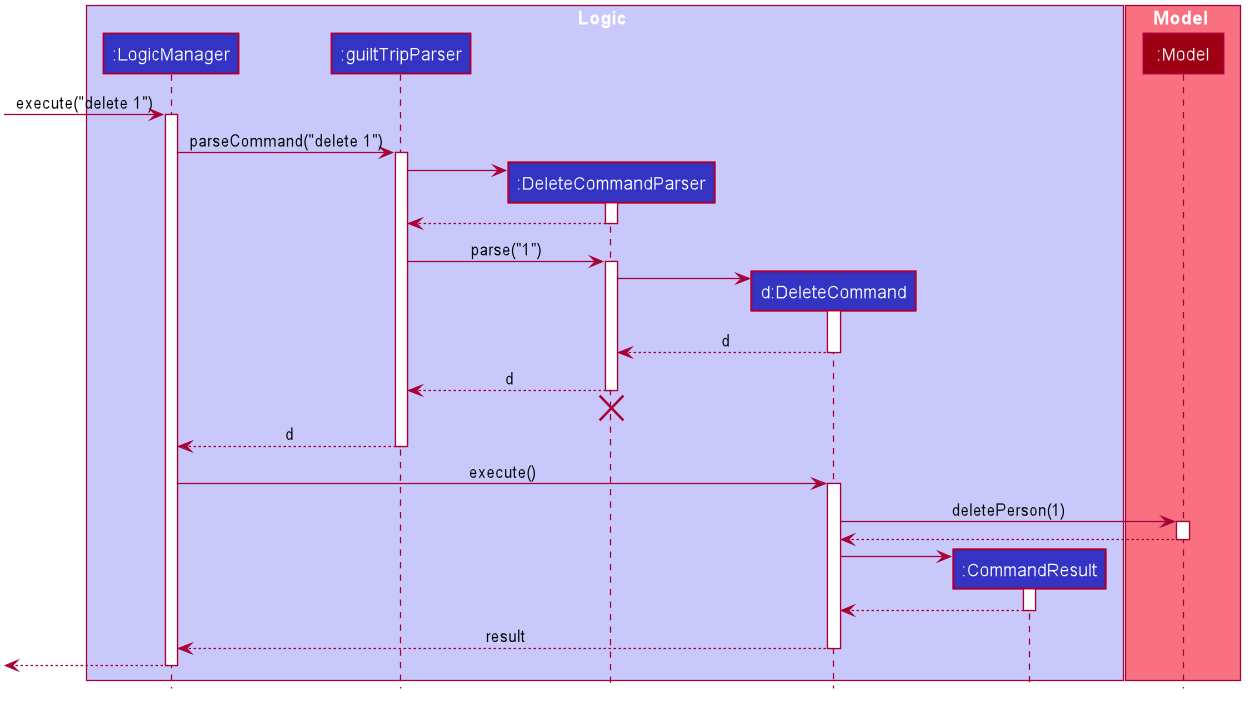
Before: docs/images/DeleteSequenceDiagram.png, a diagram exported from PlantUML (nus-cs2103-AY1920S1/addressbook-level3).
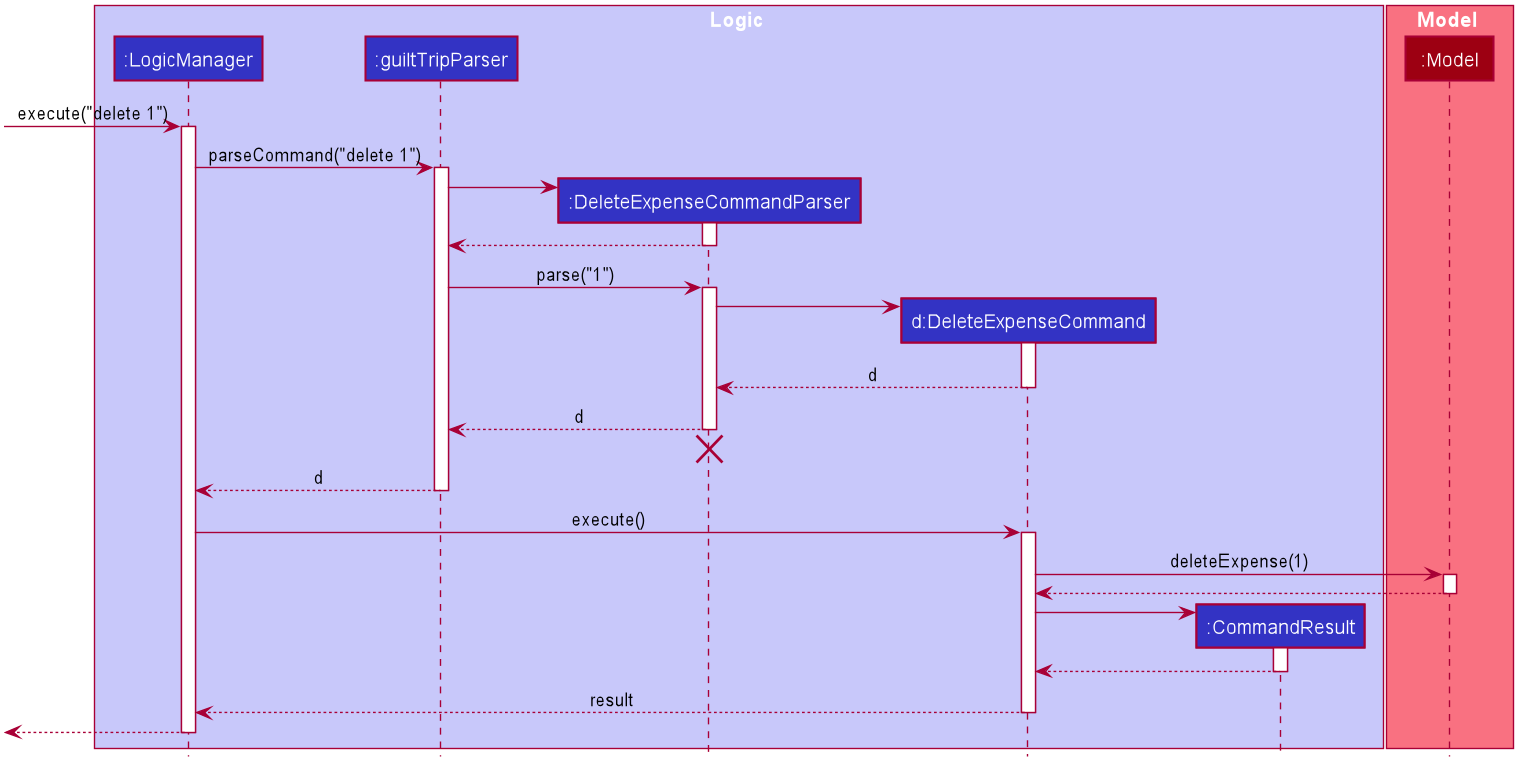
Above is the later version.

Commit message:
Updating User Guide Again

The edit, as a diff of the source:
```diff
@@ -1,4 +1,5 @@
 @startuml
+
 
 
 
@@ -52,8 +53,8 @@
 box Logic #C8C8FA
 participant ":LogicManager" as LogicManager #3333C4
 participant ":guiltTripParser" as guiltTripParser #3333C4
-participant ":DeleteCommandParser" as DeleteCommandParser #3333C4
-participant "d:DeleteCommand" as DeleteCommand #3333C4
+participant ":DeleteExpenseCommandParser" as DeleteExpenseCommandParser #3333C4
+participant "d:DeleteExpenseCommand" as DeleteExpenseCommand #3333C4
 participant ":CommandResult" as CommandResult #3333C4
 end box
 
@@ -67,49 +68,49 @@
 LogicManager -> guiltTripParser : parseCommand("delete 1")
 activate guiltTripParser
 
-create DeleteCommandParser
-guiltTripParser -> DeleteCommandParser
-activate DeleteCommandParser
+create DeleteExpenseCommandParser
+guiltTripParser -> DeleteExpenseCommandParser
+activate DeleteExpenseCommandParser
 
-DeleteCommandParser --> guiltTripParser
-deactivate DeleteCommandParser
+DeleteExpenseCommandParser --> guiltTripParser
+deactivate DeleteExpenseCommandParser
 
-guiltTripParser -> DeleteCommandParser : parse("1")
-activate DeleteCommandParser
+guiltTripParser -> DeleteExpenseCommandParser : parse("1")
+activate DeleteExpenseCommandParser
 
-create DeleteCommand
-DeleteCommandParser -> DeleteCommand
-activate DeleteCommand
+create DeleteExpenseCommand
+DeleteExpenseCommandParser -> DeleteExpenseCommand
+activate DeleteExpenseCommand
 
-DeleteCommand --> DeleteCommandParser : d
-deactivate DeleteCommand
+DeleteExpenseCommand --> DeleteExpenseCommandParser : d
+deactivate DeleteExpenseCommand
 
-DeleteCommandParser --> guiltTripParser : d
-deactivate DeleteCommandParser
-DeleteCommandParser -[hidden]-> guiltTripParser
-destroy DeleteCommandParser
+DeleteExpenseCommandParser --> guiltTripParser : d
+deactivate DeleteExpenseCommandParser
+DeleteExpenseCommandParser -[hidden]-> guiltTripParser
+destroy DeleteExpenseCommandParser
 
 guiltTripParser --> LogicManager : d
 deactivate guiltTripParser
 
-LogicManager -> DeleteCommand : execute()
-activate DeleteCommand
+LogicManager -> DeleteExpenseCommand : execute()
+activate DeleteExpenseCommand
 
-DeleteCommand -> Model : deletePerson(1)
+DeleteExpenseCommand -> Model : deleteExpense(1)
 activate Model
 
-Model --> DeleteCommand
+Model --> DeleteExpenseCommand
 deactivate Model
 
 create CommandResult
-DeleteCommand -> CommandResult
+DeleteExpenseCommand -> CommandResult
 activate CommandResult
 
-CommandResult --> DeleteCommand
+CommandResult --> DeleteExpenseCommand
 deactivate CommandResult
 
-DeleteCommand --> LogicManager : result
-deactivate DeleteCommand
+DeleteExpenseCommand --> LogicManager : result
+deactivate DeleteExpenseCommand
 
 [<--LogicManager
 deactivate LogicManager
```
